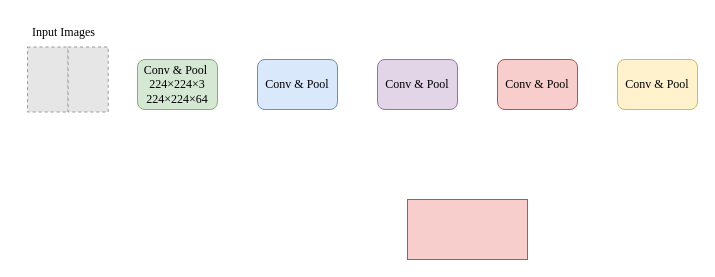
Before: ConvPoolLayer Diagram.drawio in sohagkumarsaha/draw.io-public, a draw.io diagram. Source tidied: cells renumbered, new cells numbered last; positions are measured from the earlier drawing's top-left corner, leaving out a move shared by most shapes. Both pictures are drawn from the tidied source at 100%, with x=0, y=0 at pixel (18, 17). Pictures stored in the file or linked from it are replaced by grey dashed boxes.
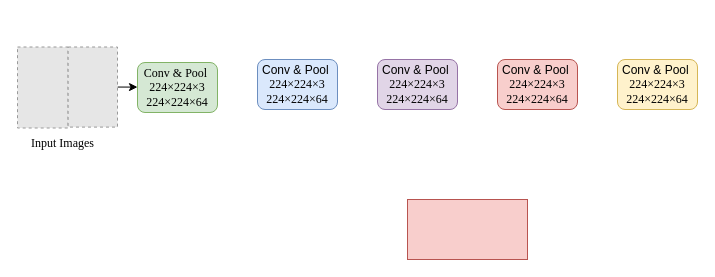
Above is the later version.

What changed in the source:
```diff
@@
 <mxGraphModel>
   <root>
     <mxCell id="0" />
     <mxCell id="1" parent="0" />
     <mxCell id="2" style="fillColor=#E6E6E6;strokeColor=#999999;dashed=1;verticalLabelPosition=bottom;labelBackgroundColor=default;verticalAlign=top;" parent="1" vertex="1">
-      <mxGeometry x="9" y="29.5" width="40.6" height="65" as="geometry" />
+      <mxGeometry x="-1" y="29.5" width="50.6" height="81" as="geometry" />
     </mxCell>
+    <mxCell id="11" style="edgeStyle=orthogonalEdgeStyle;rounded=0;jettySize=auto;html=1;exitX=1;exitY=0.5;exitDx=0;exitDy=0;entryX=0;entryY=0.5;entryDx=0;entryDy=0;" parent="1" edge="1" source="3" target="4">
+      <mxGeometry relative="1" as="geometry" />
+    </mxCell>
     <mxCell id="3" style="fillColor=#E6E6E6;strokeColor=#999999;dashed=1;verticalLabelPosition=bottom;labelBackgroundColor=default;verticalAlign=top;" parent="1" vertex="1">
-      <mxGeometry x="49.6" y="29.5" width="40.1" height="65" as="geometry" />
+      <mxGeometry x="49.6" y="29.5" width="49.4" height="80.1" as="geometry" />
     </mxCell>
     <mxCell id="4" value="&lt;font style=&quot;&quot;&gt;&lt;font face=&quot;Times New Roman&quot; style=&quot;font-size: 12px;&quot;&gt;Conv &amp;amp; Pool&amp;nbsp;&lt;br&gt;224×224×3&lt;br&gt;224×224×64&lt;/font&gt;&lt;br&gt;&lt;/font&gt;" style="rounded=1;whiteSpace=wrap;html=1;fillColor=#d5e8d4;strokeColor=#82b366;" parent="1" vertex="1">
-      <mxGeometry x="119" y="42" width="80" height="50" as="geometry" />
+      <mxGeometry x="119" y="45" width="80" height="50" as="geometry" />
     </mxCell>
     <mxCell id="5" style="rounded=0;whiteSpace=wrap;html=1;fillColor=#f8cecc;strokeColor=#b85450;" parent="1" vertex="1">
       <mxGeometry x="389" y="182" width="120" height="60" as="geometry" />
     </mxCell>
-    <mxCell id="6" value="&lt;font face=&quot;Times New Roman&quot; style=&quot;font-size: 12px;&quot;&gt;Conv &amp;amp; Pool&lt;/font&gt;" style="rounded=1;whiteSpace=wrap;html=1;fillColor=#dae8fc;strokeColor=#6c8ebf;" parent="1" vertex="1">
+    <mxCell id="6" value="Conv &amp;amp; Pool&amp;nbsp;&lt;br style=&quot;border-color: var(--border-color); font-family: &amp;quot;Times New Roman&amp;quot;;&quot;&gt;&lt;span style=&quot;font-family: &amp;quot;Times New Roman&amp;quot;;&quot;&gt;224×224×3&lt;/span&gt;&lt;br style=&quot;border-color: var(--border-color); font-family: &amp;quot;Times New Roman&amp;quot;;&quot;&gt;&lt;span style=&quot;font-family: &amp;quot;Times New Roman&amp;quot;;&quot;&gt;224×224×64&lt;/span&gt;" style="rounded=1;whiteSpace=wrap;html=1;fillColor=#dae8fc;strokeColor=#6c8ebf;" parent="1" vertex="1">
       <mxGeometry x="239" y="42" width="80" height="50" as="geometry" />
     </mxCell>
-    <mxCell id="7" value="&lt;font face=&quot;Times New Roman&quot; style=&quot;font-size: 12px;&quot;&gt;Conv &amp;amp; Pool&lt;/font&gt;" style="rounded=1;whiteSpace=wrap;html=1;fillColor=#e1d5e7;strokeColor=#9673a6;" parent="1" vertex="1">
+    <mxCell id="7" value="Conv &amp;amp; Pool&amp;nbsp;&lt;br style=&quot;border-color: var(--border-color); font-family: &amp;quot;Times New Roman&amp;quot;;&quot;&gt;&lt;span style=&quot;font-family: &amp;quot;Times New Roman&amp;quot;;&quot;&gt;224×224×3&lt;/span&gt;&lt;br style=&quot;border-color: var(--border-color); font-family: &amp;quot;Times New Roman&amp;quot;;&quot;&gt;&lt;span style=&quot;font-family: &amp;quot;Times New Roman&amp;quot;;&quot;&gt;224×224×64&lt;/span&gt;" style="rounded=1;whiteSpace=wrap;html=1;fillColor=#e1d5e7;strokeColor=#9673a6;" parent="1" vertex="1">
       <mxGeometry x="359" y="42" width="80" height="50" as="geometry" />
     </mxCell>
-    <mxCell id="8" value="&lt;font face=&quot;Times New Roman&quot; style=&quot;font-size: 12px;&quot;&gt;Conv &amp;amp; Pool&lt;/font&gt;" style="rounded=1;whiteSpace=wrap;html=1;fillColor=#f8cecc;strokeColor=#b85450;" parent="1" vertex="1">
+    <mxCell id="8" value="Conv &amp;amp; Pool&amp;nbsp;&lt;br style=&quot;border-color: var(--border-color); font-family: &amp;quot;Times New Roman&amp;quot;;&quot;&gt;&lt;span style=&quot;font-family: &amp;quot;Times New Roman&amp;quot;;&quot;&gt;224×224×3&lt;/span&gt;&lt;br style=&quot;border-color: var(--border-color); font-family: &amp;quot;Times New Roman&amp;quot;;&quot;&gt;&lt;span style=&quot;font-family: &amp;quot;Times New Roman&amp;quot;;&quot;&gt;224×224×64&lt;/span&gt;" style="rounded=1;whiteSpace=wrap;html=1;fillColor=#f8cecc;strokeColor=#b85450;" parent="1" vertex="1">
       <mxGeometry x="479" y="42" width="80" height="50" as="geometry" />
     </mxCell>
-    <mxCell id="9" value="&lt;font face=&quot;Times New Roman&quot; style=&quot;font-size: 12px;&quot;&gt;Conv &amp;amp; Pool&lt;/font&gt;" style="rounded=1;whiteSpace=wrap;html=1;fillColor=#fff2cc;strokeColor=#d6b656;" parent="1" vertex="1">
+    <mxCell id="9" value="Conv &amp;amp; Pool&amp;nbsp;&lt;br style=&quot;border-color: var(--border-color); font-family: &amp;quot;Times New Roman&amp;quot;;&quot;&gt;&lt;span style=&quot;font-family: &amp;quot;Times New Roman&amp;quot;;&quot;&gt;224×224×3&lt;/span&gt;&lt;br style=&quot;border-color: var(--border-color); font-family: &amp;quot;Times New Roman&amp;quot;;&quot;&gt;&lt;span style=&quot;font-family: &amp;quot;Times New Roman&amp;quot;;&quot;&gt;224×224×64&lt;/span&gt;" style="rounded=1;whiteSpace=wrap;html=1;fillColor=#fff2cc;strokeColor=#d6b656;" parent="1" vertex="1">
       <mxGeometry x="599" y="42" width="80" height="50" as="geometry" />
     </mxCell>
     <mxCell id="10" value="&lt;font face=&quot;Times New Roman&quot; style=&quot;font-size: 12px;&quot;&gt;Input Images&lt;/font&gt;" style="text;html=1;align=center;verticalAlign=middle;strokeColor=none;fillColor=none;" parent="1" vertex="1">
-      <mxGeometry x="-0.3" y="-0.5" width="90" height="30" as="geometry" />
+      <mxGeometry x="-1" y="110.5" width="90" height="30" as="geometry" />
     </mxCell>
   </root>
 </mxGraphModel>
```
